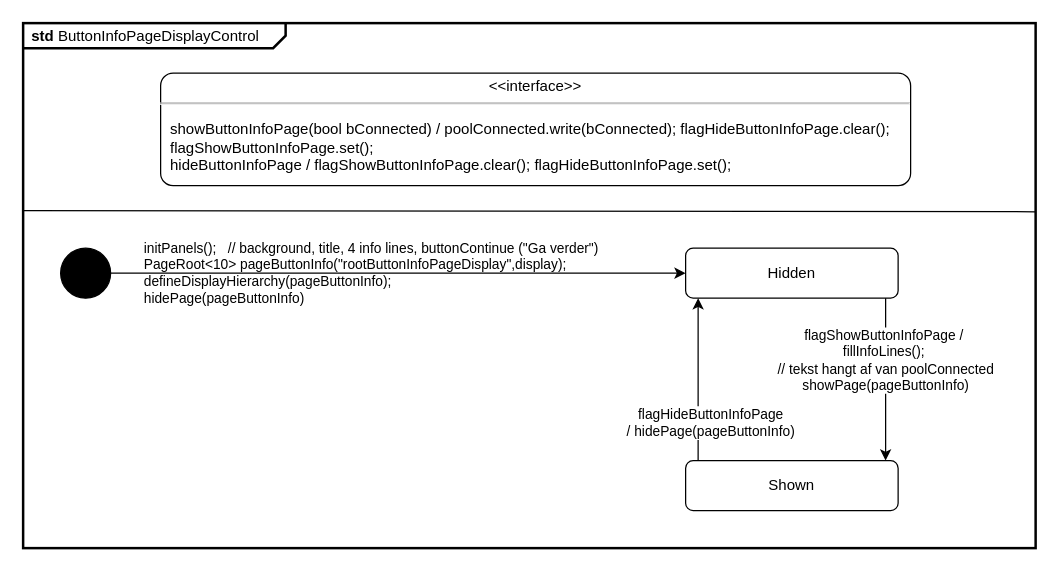
nepbuur1/test_lasergame_2_rework_CleanGUI_godmode keeps this draw.io diagram as page "ButtonInfoDisplayControl" (14 of 22) of apps/pong_cleangui_dg_adv/models/pong_dg_adv.drawio. Above is the earlier version. Source tidied: cells renumbered, new cells numbered last; positions are measured from the earlier drawing's top-left corner, leaving out a move shared by most shapes. Both pictures are drawn from the tidied source at 125%, with x=0, y=0 at pixel (22, 22).
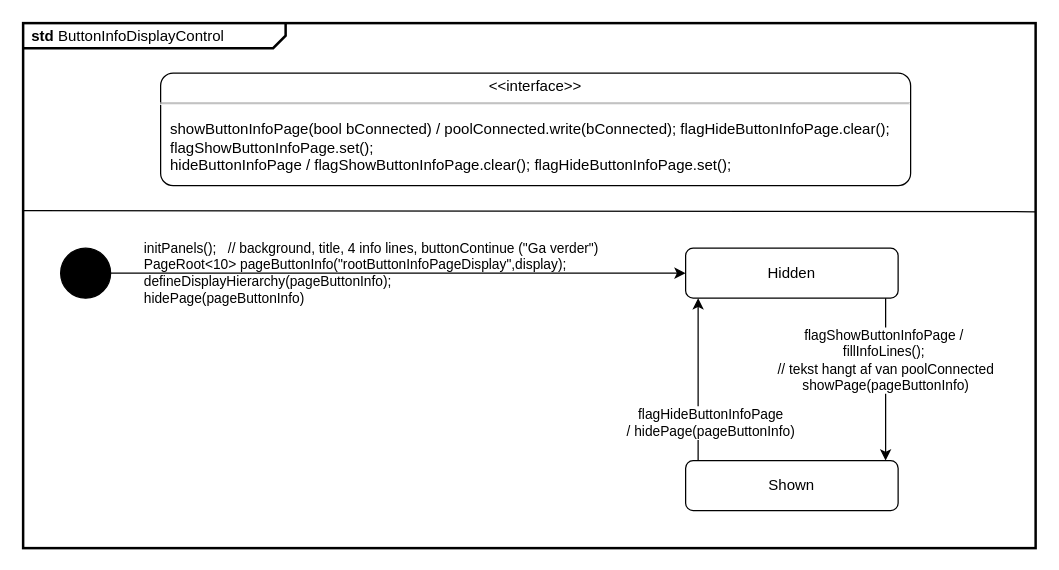
The same diagram, later.

What changed in the source:
```diff
@@
 <mxGraphModel>
   <root>
     <mxCell id="0" />
     <mxCell id="1" parent="0" />
-    <mxCell id="2" value="&lt;p style=&quot;margin:0px;margin-top:4px;margin-left:7px;text-align:left;&quot;&gt;&lt;b&gt;std&lt;/b&gt;  ButtonInfoPageDisplayControl&lt;/p&gt;" style="html=1;shape=mxgraph.sysml.package;overflow=fill;labelX=210;strokeWidth=2;align=center;" parent="1" vertex="1">
+    <mxCell id="2" value="&lt;p style=&quot;margin:0px;margin-top:4px;margin-left:7px;text-align:left;&quot;&gt;&lt;b&gt;std&lt;/b&gt;  ButtonInfoDisplayControl&lt;/p&gt;" style="html=1;shape=mxgraph.sysml.package;overflow=fill;labelX=210;strokeWidth=2;align=center;" parent="1" vertex="1">
       <mxGeometry width="810" height="420" as="geometry" />
     </mxCell>
     <mxCell id="3" value="&lt;p style=&quot;margin: 0px ; margin-top: 4px ; text-align: center&quot;&gt;&amp;lt;&amp;lt;interface&amp;gt;&amp;gt;&lt;/p&gt;&lt;hr&gt;&lt;p&gt;&lt;/p&gt;&lt;p style=&quot;margin: 0px ; margin-left: 8px ; text-align: left&quot;&gt;showButtonInfoPage(bool bConnected) / poolConnected.write(bConnected); flagHideButtonInfoPage.clear(); flagShowButtonInfoPage.set();&lt;/p&gt;&lt;p style=&quot;margin: 0px ; margin-left: 8px ; text-align: left&quot;&gt;hideButtonInfoPage / flagShowButtonInfoPage.clear(); flagHideButtonInfoPage.set();&lt;/p&gt;" style="shape=mxgraph.sysml.simpleState;html=1;overflow=fill;whiteSpace=wrap;align=center;" parent="1" vertex="1">
       <mxGeometry x="110" y="40" width="600" height="90" as="geometry" />
     </mxCell>
     <mxCell id="4" style="shape=ellipse;html=1;fillColor=#000000;fontSize=18;fontColor=#ffffff;" parent="1" vertex="1">
       <mxGeometry x="30" y="180" width="40" height="40" as="geometry" />
     </mxCell>
     <mxCell id="5" value="Hidden" style="rounded=1;whiteSpace=wrap;html=1;" parent="1" vertex="1">
       <mxGeometry x="530" y="180" width="170" height="40" as="geometry" />
     </mxCell>
     <mxCell id="6" value="Shown" style="rounded=1;whiteSpace=wrap;html=1;" parent="1" vertex="1">
       <mxGeometry x="530" y="350" width="170" height="40" as="geometry" />
     </mxCell>
     <mxCell id="7" value="initPanels();&amp;nbsp; &amp;nbsp;// background, title, 4 info lines, buttonContinue (&quot;Ga verder&quot;)&lt;br&gt;PageRoot&amp;lt;10&amp;gt; pageButtonInfo(&quot;rootButtonInfoPageDisplay&quot;,display);&lt;br&gt;defineDisplayHierarchy(pageButtonInfo);&lt;br&gt;hidePage(pageButtonInfo)" style="edgeStyle=orthogonalEdgeStyle;rounded=0;jettySize=auto;html=1;align=left;labelBackgroundColor=none;" parent="1" edge="1" source="4" target="5">
       <mxGeometry x="-0.89" relative="1" as="geometry" />
     </mxCell>
     <mxCell id="8" value="flagShowButtonInfoPage /&amp;nbsp;&lt;div&gt;fillInfoLines();&amp;nbsp; &lt;br&gt;// tekst hangt af van poolConnected&lt;br&gt;showPage(pageButtonInfo)&lt;/div&gt;" style="edgeStyle=orthogonalEdgeStyle;rounded=0;jettySize=auto;html=1;" parent="1" edge="1" source="5" target="6">
       <mxGeometry x="-0.23" relative="1" as="geometry">
         <Array as="points">
           <mxPoint x="690" y="280" />
           <mxPoint x="690" y="280" />
         </Array>
       </mxGeometry>
     </mxCell>
     <mxCell id="9" value="flagHideButtonInfoPage &lt;br&gt;/ hidePage(pageButtonInfo)" style="edgeStyle=orthogonalEdgeStyle;rounded=1;jettySize=auto;html=1;curved=0;" parent="1" edge="1" source="6" target="5">
       <mxGeometry x="-0.54" y="-10" relative="1" as="geometry">
         <Array as="points">
           <mxPoint x="540" y="280" />
           <mxPoint x="540" y="280" />
         </Array>
       </mxGeometry>
     </mxCell>
     <mxCell id="10" style="endArrow=none;html=1;rounded=1;" parent="1" edge="1">
       <mxGeometry relative="1" as="geometry">
         <mxPoint y="150" as="sourcePoint" />
         <mxPoint x="810" y="150.9" as="targetPoint" />
       </mxGeometry>
     </mxCell>
   </root>
 </mxGraphModel>
```
